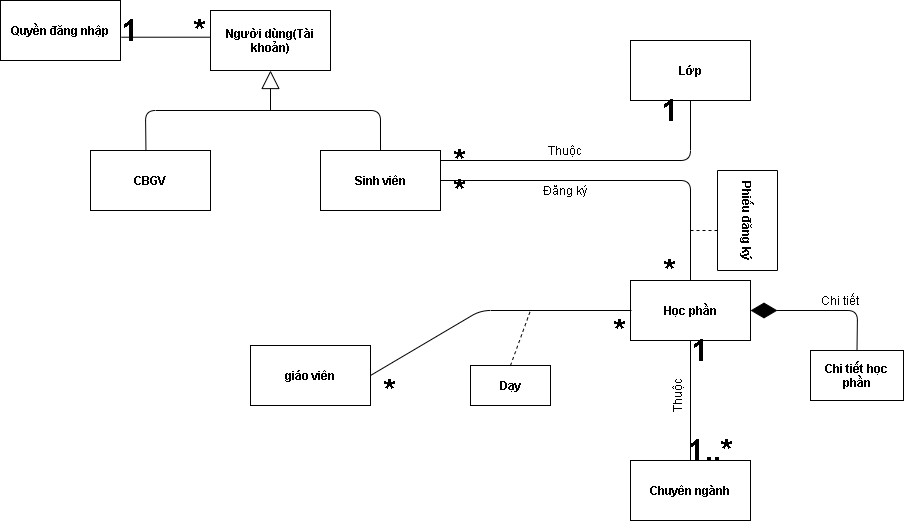
Dat0309/Cong-Nghe-Phan-Mem keeps this draw.io diagram as Ctk43/Phần Mềm Đăng Ký Học Phần/Class Diagram.drawio.png. Above is the earlier version. Source tidied: cells renumbered, new cells last; positions are measured from the earlier drawing's top-left corner, leaving out a move shared by most shapes.
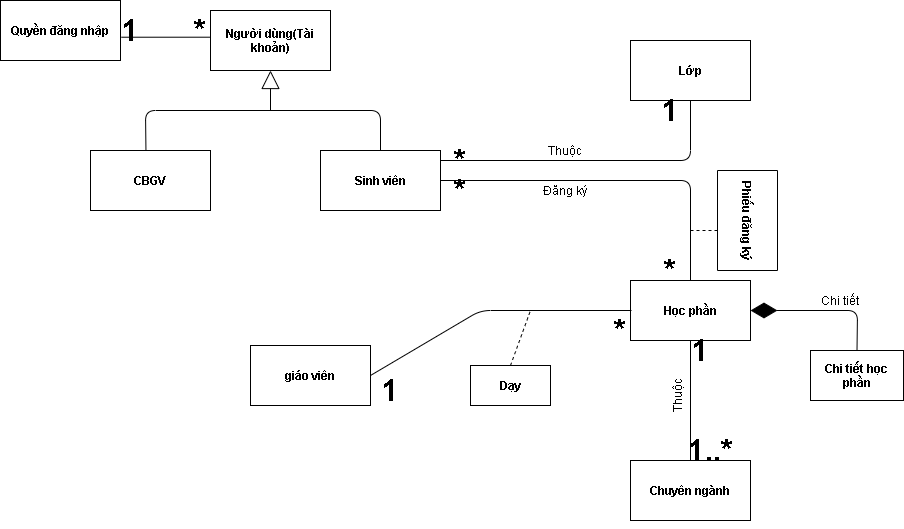
Above is the later version.

Change to the diagram source:
```diff
@@ -117,7 +117,7 @@
     <mxCell id="31" value="&lt;font style=&quot;font-size: 30px&quot;&gt;*&lt;/font&gt;" style="text;html=1;strokeColor=none;fillColor=none;align=center;verticalAlign=middle;whiteSpace=wrap;rounded=0;rotation=0;fontStyle=1;" parent="1" vertex="1">
       <mxGeometry x="650" y="260" width="40" height="20" as="geometry" />
     </mxCell>
-    <mxCell id="32" value="&lt;font style=&quot;font-size: 30px&quot;&gt;*&lt;/font&gt;" style="text;html=1;strokeColor=none;fillColor=none;align=center;verticalAlign=middle;whiteSpace=wrap;rounded=0;rotation=0;fontStyle=1;" parent="1" vertex="1">
+    <mxCell id="32" value="&lt;font style=&quot;font-size: 30px&quot;&gt;1&lt;/font&gt;" style="text;html=1;strokeColor=none;fillColor=none;align=center;verticalAlign=middle;whiteSpace=wrap;rounded=0;rotation=0;fontStyle=1;" parent="1" vertex="1">
       <mxGeometry x="370" y="380" width="40" height="20" as="geometry" />
     </mxCell>
     <mxCell id="33" value="&lt;font style=&quot;font-size: 30px&quot;&gt;*&lt;/font&gt;" style="text;html=1;strokeColor=none;fillColor=none;align=center;verticalAlign=middle;whiteSpace=wrap;rounded=0;rotation=0;fontStyle=1;" parent="1" vertex="1">
```
